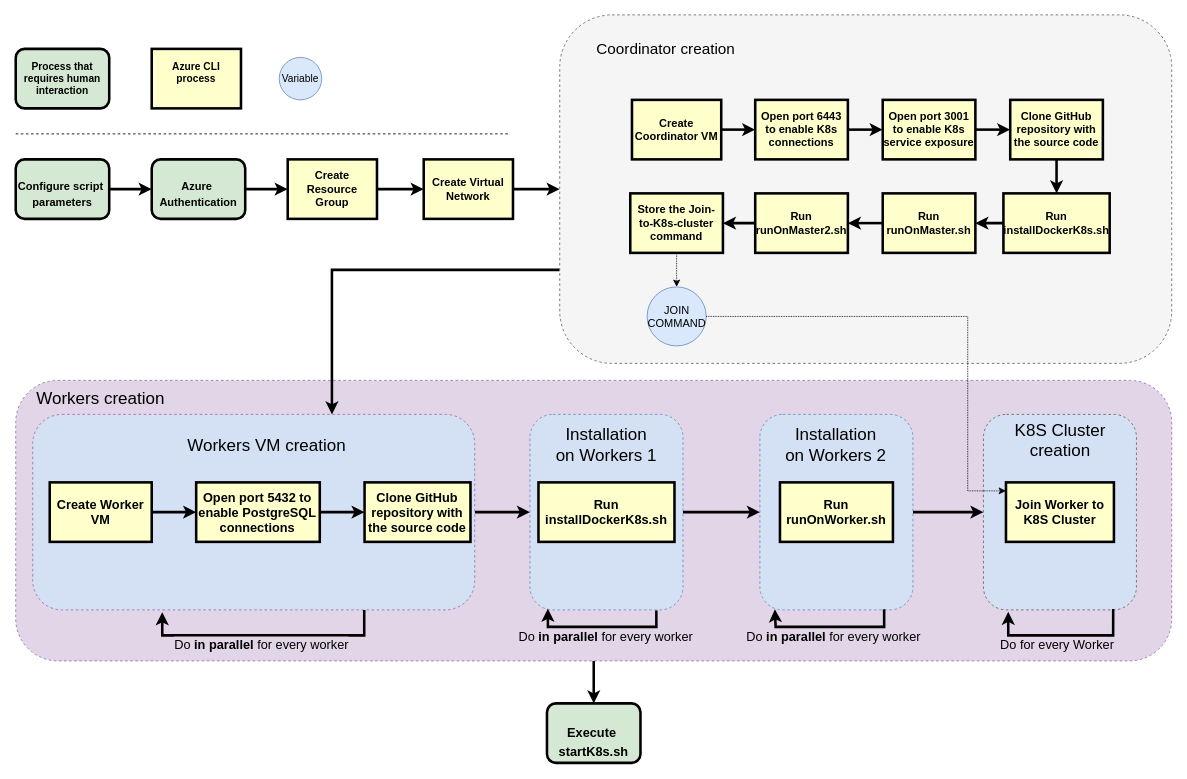
Earlier version of the draw.io diagram diagrams/automaticClusterGeneration.drawio (JimTsesm/MobilityDB-Azure). Source tidied: cells renumbered, new cells numbered last; positions are measured from the earlier drawing's top-left corner, leaving out a move shared by most shapes. Both pictures are drawn from the tidied source at 85%, with x=0, y=0 at pixel (15, 14).
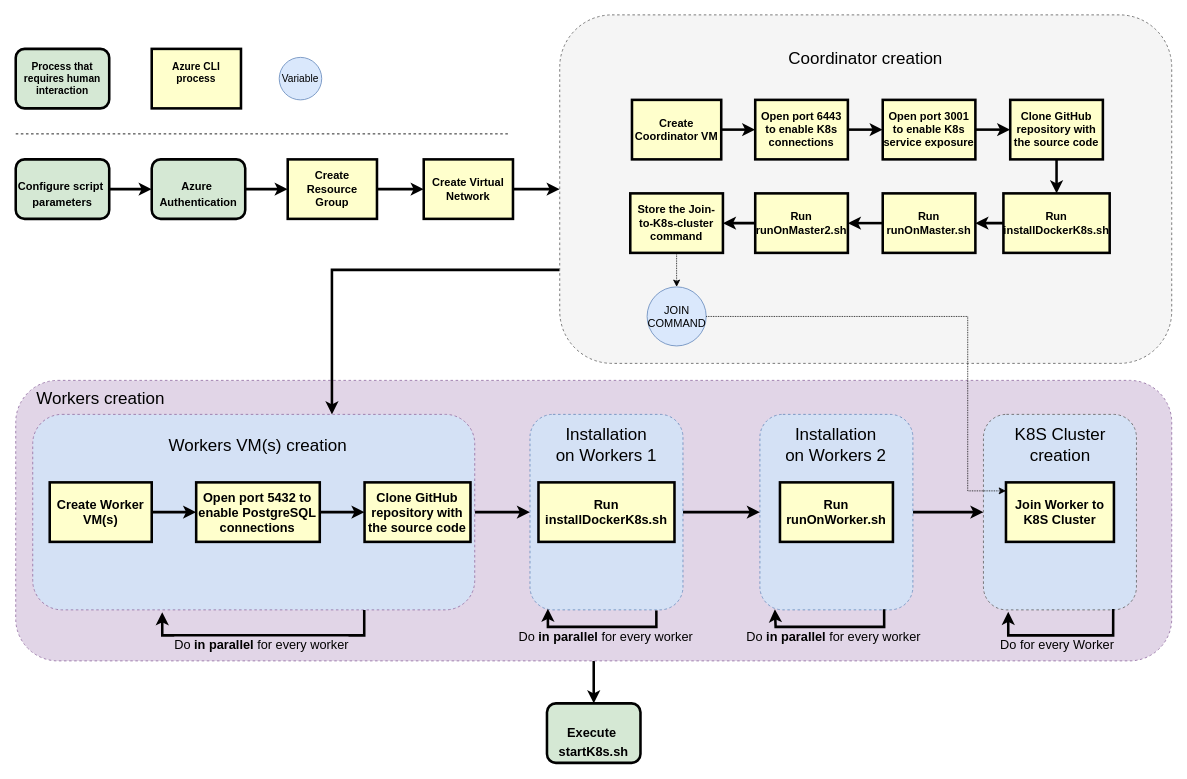
The same diagram, later.

Commit message (it also covers changes not shown here):
add new diagrams and fixed old

Change to the diagram source:
```diff
@@
-    <mxCell id="12" value="&lt;font style=&quot;font-size: 18px&quot;&gt;Coordinator creation&lt;/font&gt;" style="text;html=1;strokeColor=none;fillColor=none;align=center;verticalAlign=middle;whiteSpace=wrap;rounded=0;dashed=1;" parent="1" vertex="1">
-      <mxGeometry x="680" y="30" width="170" height="20" as="geometry" />
+    <mxCell id="12" value="&lt;font style=&quot;font-size: 20px&quot;&gt;Coordinator creation&lt;/font&gt;" style="text;html=1;strokeColor=none;fillColor=none;align=center;verticalAlign=middle;whiteSpace=wrap;rounded=0;dashed=1;" parent="1" vertex="1">
+      <mxGeometry x="900" y="40" width="200" height="20" as="geometry" />
     </mxCell>
@@
-    <mxCell id="32" value="&lt;font style=&quot;font-size: 20px&quot;&gt;Workers VM creation&lt;/font&gt;" style="text;html=1;strokeColor=none;fillColor=none;align=center;verticalAlign=middle;whiteSpace=wrap;rounded=0;dashed=1;" parent="1" vertex="1">
-      <mxGeometry x="200.7" y="495" width="189.3" height="20" as="geometry" />
+    <mxCell id="32" value="&lt;font style=&quot;font-size: 20px&quot;&gt;Workers VM(s) creation&lt;/font&gt;" style="text;html=1;strokeColor=none;fillColor=none;align=center;verticalAlign=middle;whiteSpace=wrap;rounded=0;dashed=1;" parent="1" vertex="1">
+      <mxGeometry x="170" y="495" width="230" height="20" as="geometry" />
     </mxCell>
@@
-    <mxCell id="34" value="Create Worker VM" style="whiteSpace=wrap;align=center;verticalAlign=middle;fontStyle=1;strokeWidth=3;fillColor=#FFFFCC;fontSize=15;" parent="1" vertex="1">
+    <mxCell id="34" value="Create Worker VM(s)" style="whiteSpace=wrap;align=center;verticalAlign=middle;fontStyle=1;strokeWidth=3;fillColor=#FFFFCC;fontSize=15;" parent="1" vertex="1">
       <mxGeometry x="40" y="550" width="120" height="70" as="geometry" />
     </mxCell>
@@
     <mxCell id="51" value="&lt;font style=&quot;font-size: 20px&quot;&gt;K8S Cluster &lt;br&gt;creation&lt;/font&gt;" style="text;html=1;strokeColor=none;fillColor=none;align=center;verticalAlign=middle;whiteSpace=wrap;rounded=0;dashed=1;" parent="1" vertex="1">
-      <mxGeometry x="1129" y="490" width="200" height="20" as="geometry" />
+      <mxGeometry x="1129" y="495" width="200" height="20" as="geometry" />
     </mxCell>
```
